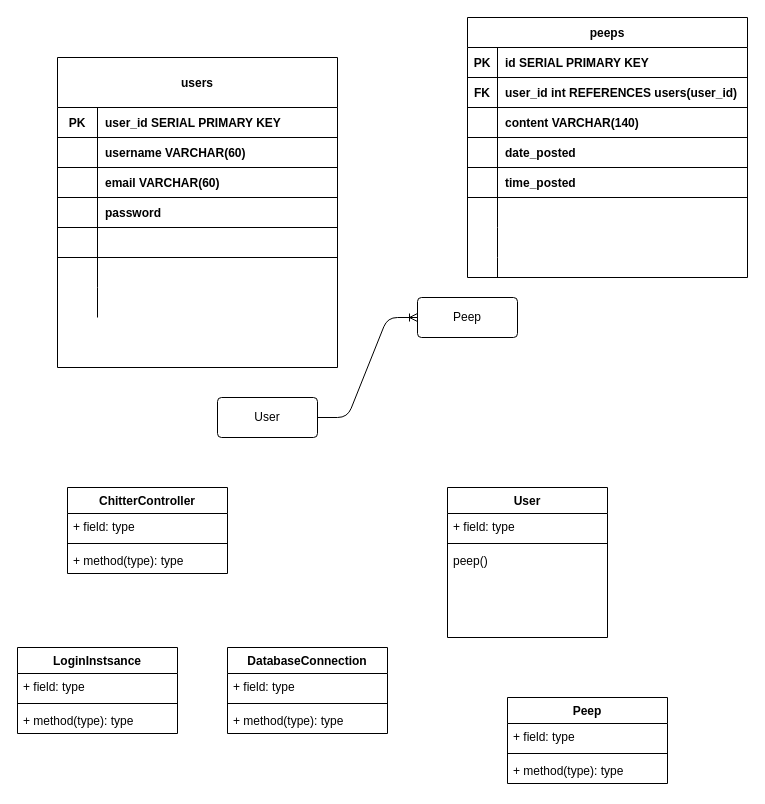
Earlier version of the draw.io diagram DomainModelChitter.drawio (makersacademy/chitter-challenge). Source tidied: cells renumbered, new cells numbered last; positions are measured from the earlier drawing's top-left corner, leaving out a move shared by most shapes. Both pictures are drawn from the tidied source at 100%, with x=0, y=0 at pixel (17, 17).
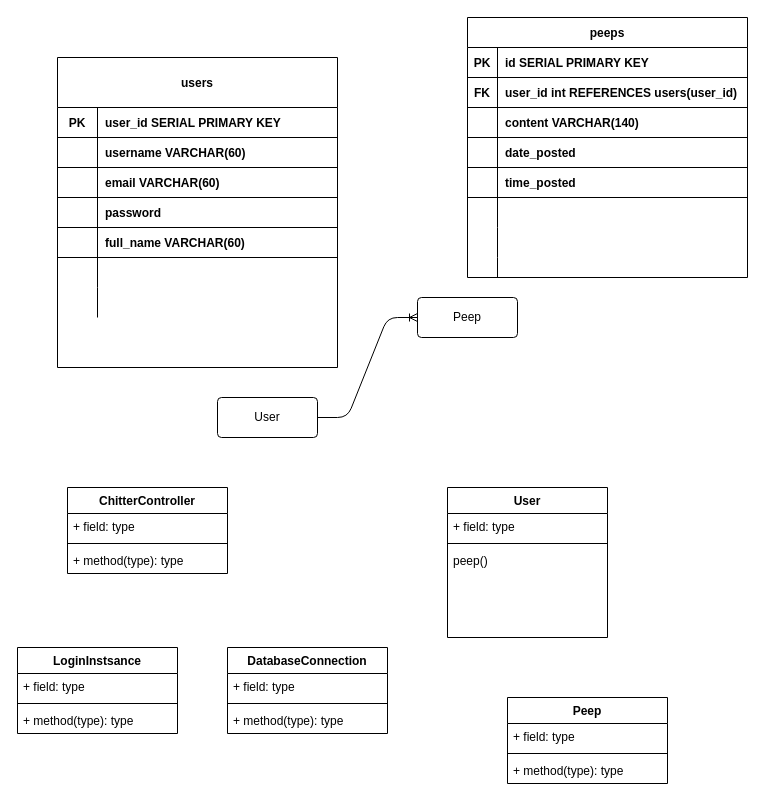
Above is the later version.

The change refers to these unchanged cells:
```xml
<mxCell id="18" style="shape=partialRectangle;fillColor=none;top=0;left=0;bottom=1;right=0;" parent="5" vertex="1">
  <mxGeometry y="170" width="280" height="30" as="geometry" />
</mxCell>
```

Diff of the diagram source:
```diff
@@
-    <mxCell id="20" style="shape=partialRectangle;fillColor=none;top=0;left=0;bottom=0;right=0;align=left;spacingLeft=6;fontStyle=1;overflow=hidden;" parent="18" vertex="1">
+    <mxCell id="20" value="full_name VARCHAR(60)" style="shape=partialRectangle;fillColor=none;top=0;left=0;bottom=0;right=0;align=left;spacingLeft=6;fontStyle=1;overflow=hidden;" parent="18" vertex="1">
       <mxGeometry x="40" width="240" height="30" as="geometry" />
     </mxCell>
```
